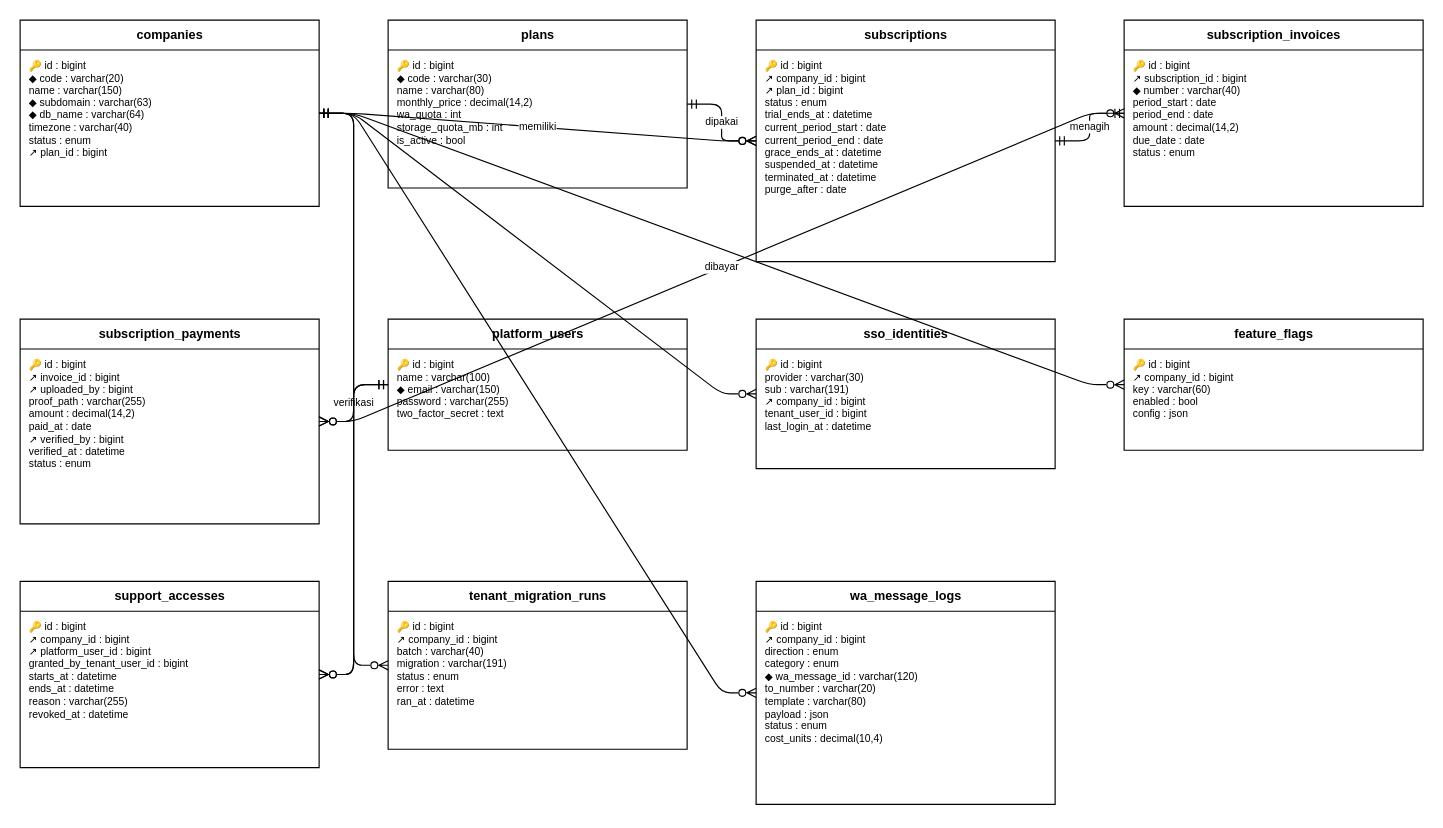
The draw.io diagram docs/diagram/erd-pusat.drawio in HengkyDarmawan/wms, before the edit. Source tidied: cells renumbered, new cells numbered last; positions are measured from the earlier drawing's top-left corner, leaving out a move shared by most shapes. Both pictures are drawn from the tidied source at 115%, with x=0, y=0 at pixel (20, 20).
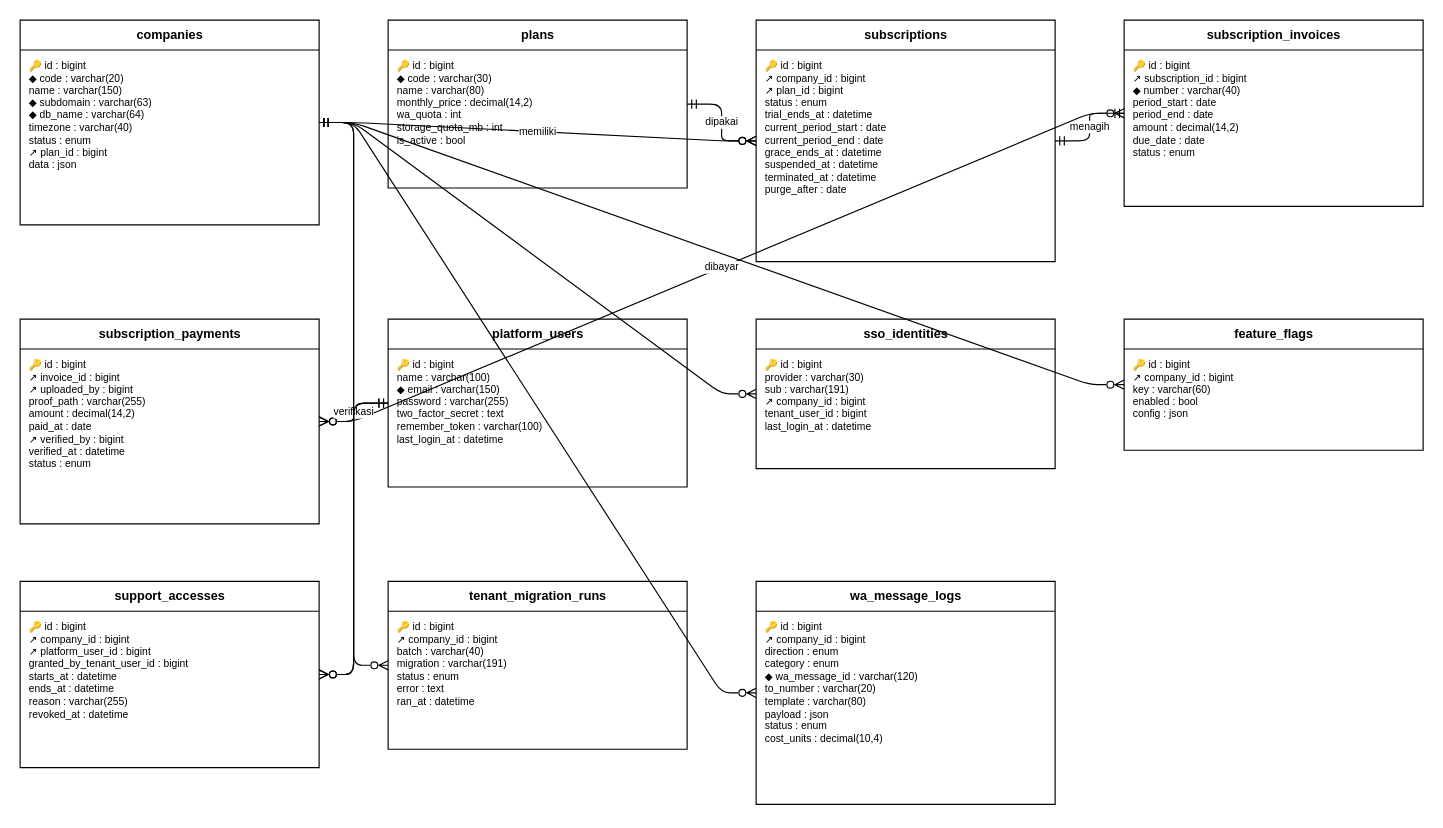
After the change.

The edit, as a diff of the source:
```diff
@@
     <mxCell id="2" value="companies" style="swimlane;fontStyle=1;horizontal=1;startSize=26;html=1;fontSize=11;fillColor=#FFFFFF;" parent="1" vertex="1">
-      <mxGeometry width="260" height="162" as="geometry" />
+      <mxGeometry width="260" height="178" as="geometry" />
     </mxCell>
-    <mxCell id="3" value="🔑 id : bigint&lt;br&gt;◆ code : varchar(20)&lt;br&gt;name : varchar(150)&lt;br&gt;◆ subdomain : varchar(63)&lt;br&gt;◆ db_name : varchar(64)&lt;br&gt;timezone : varchar(40)&lt;br&gt;status : enum&lt;br&gt;↗ plan_id : bigint" style="text;html=1;strokeColor=none;fillColor=none;align=left;verticalAlign=top;spacingLeft=6;spacingTop=2;fontSize=9;whiteSpace=wrap;overflow=hidden;" parent="2" vertex="1">
-      <mxGeometry y="26" width="260" height="136" as="geometry" />
+    <mxCell id="3" value="🔑 id : bigint&lt;br&gt;◆ code : varchar(20)&lt;br&gt;name : varchar(150)&lt;br&gt;◆ subdomain : varchar(63)&lt;br&gt;◆ db_name : varchar(64)&lt;br&gt;timezone : varchar(40)&lt;br&gt;status : enum&lt;br&gt;↗ plan_id : bigint&lt;br&gt;data : json" style="text;html=1;strokeColor=none;fillColor=none;align=left;verticalAlign=top;spacingLeft=6;spacingTop=2;fontSize=9;whiteSpace=wrap;overflow=hidden;" parent="2" vertex="1">
+      <mxGeometry y="26" width="260" height="152" as="geometry" />
     </mxCell>
@@
     <mxCell id="12" value="platform_users" style="swimlane;fontStyle=1;horizontal=1;startSize=26;html=1;fontSize=11;fillColor=#FFFFFF;" parent="1" vertex="1">
-      <mxGeometry x="320" y="260" width="260" height="114" as="geometry" />
+      <mxGeometry x="320" y="260" width="260" height="146" as="geometry" />
     </mxCell>
-    <mxCell id="13" value="🔑 id : bigint&lt;br&gt;name : varchar(100)&lt;br&gt;◆ email : varchar(150)&lt;br&gt;password : varchar(255)&lt;br&gt;two_factor_secret : text" style="text;html=1;strokeColor=none;fillColor=none;align=left;verticalAlign=top;spacingLeft=6;spacingTop=2;fontSize=9;whiteSpace=wrap;overflow=hidden;" parent="12" vertex="1">
-      <mxGeometry y="26" width="260" height="88" as="geometry" />
+    <mxCell id="13" value="🔑 id : bigint&lt;br&gt;name : varchar(100)&lt;br&gt;◆ email : varchar(150)&lt;br&gt;password : varchar(255)&lt;br&gt;two_factor_secret : text&lt;br&gt;remember_token : varchar(100)&lt;br&gt;last_login_at : datetime" style="text;html=1;strokeColor=none;fillColor=none;align=left;verticalAlign=top;spacingLeft=6;spacingTop=2;fontSize=9;whiteSpace=wrap;overflow=hidden;" parent="12" vertex="1">
+      <mxGeometry y="26" width="260" height="120" as="geometry" />
     </mxCell>
```
